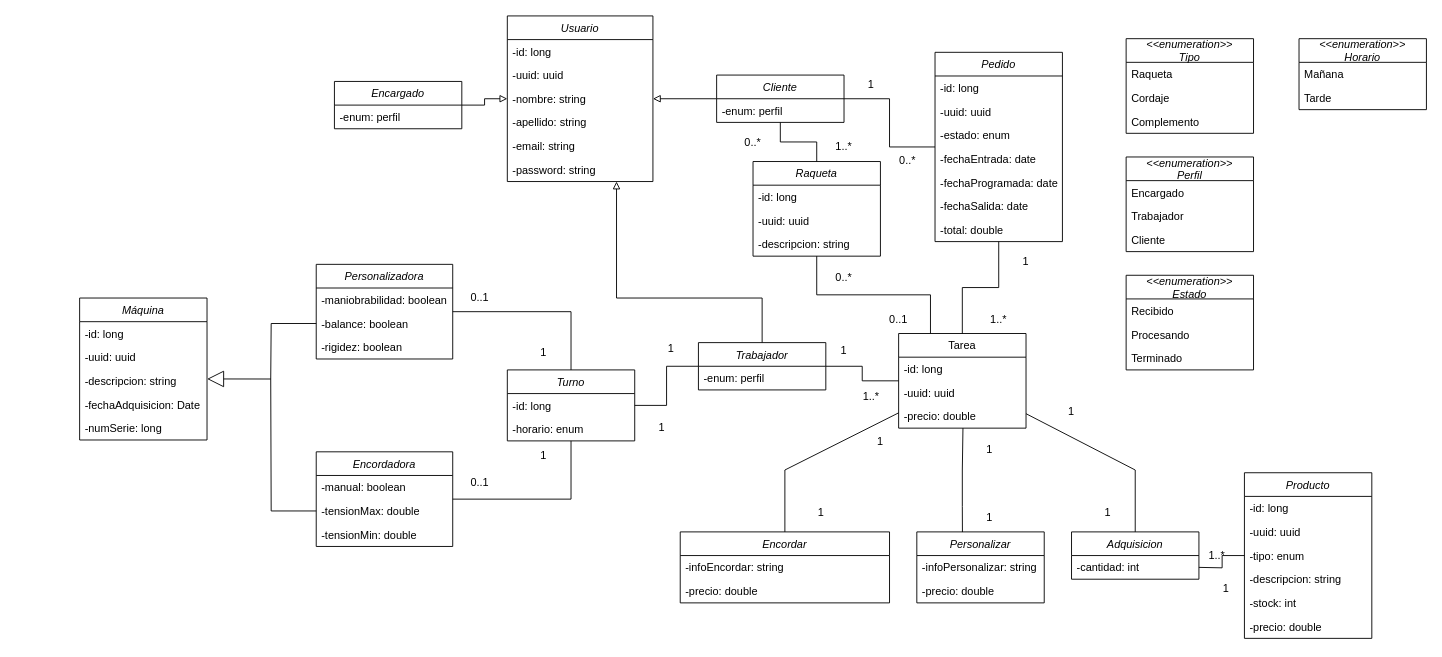
The draw.io diagram image/tennisLab-Reactivo.drawio in Mario999X/tennislab-MongoDB-Reactivo, before the edit. Source tidied: cells renumbered, new cells numbered last; positions are measured from the earlier drawing's top-left corner, leaving out a move shared by most shapes. Both pictures are drawn from the tidied source at 91%, with x=0, y=0 at pixel (79, 15).
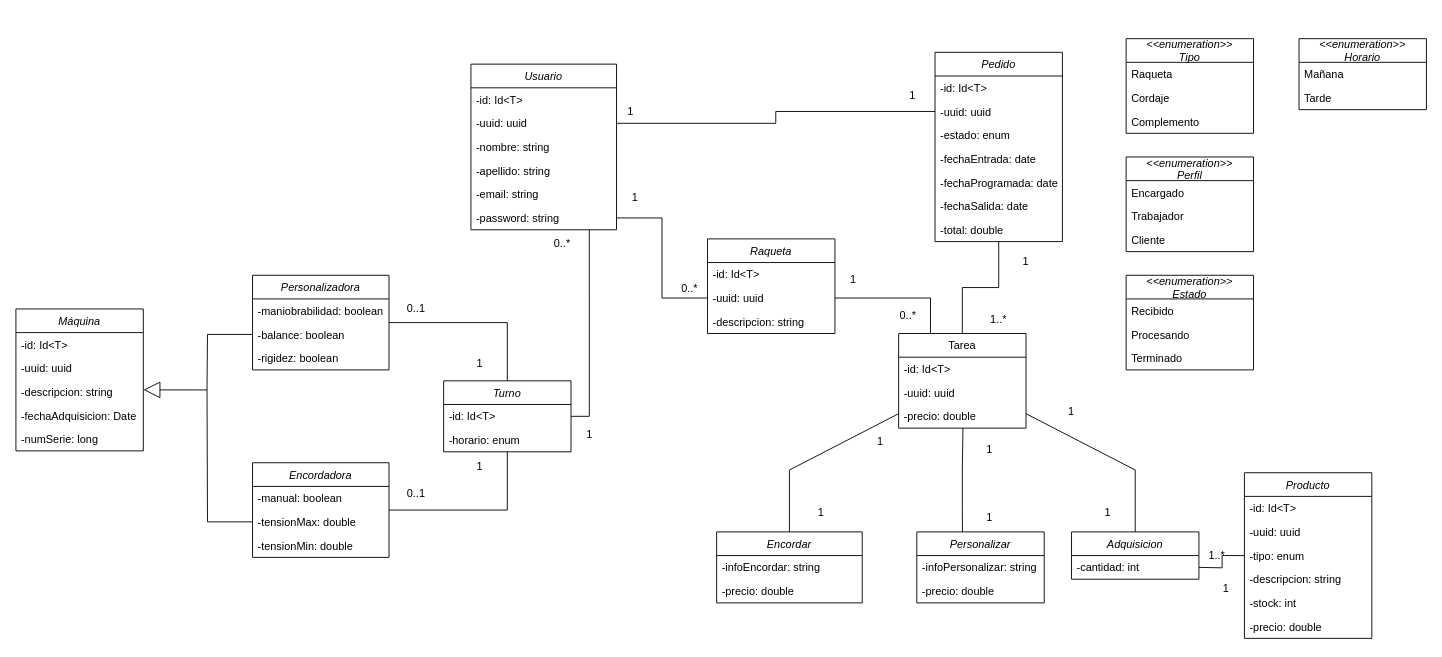
The same diagram, later.

The change refers to these unchanged cells:
```xml
<mxCell id="4" value="-uuid: uuid" style="text;strokeColor=none;fillColor=none;align=left;verticalAlign=top;spacingLeft=4;spacingRight=4;overflow=hidden;points=[[0,0.5],[1,0.5]];portConstraint=eastwest;" parent="2" vertex="1">
  <mxGeometry y="52" width="160" height="26" as="geometry" />
</mxCell>
<mxCell id="8" value="-password: string" style="text;align=left;verticalAlign=top;spacingLeft=4;spacingRight=4;overflow=hidden;points=[[0,0.5],[1,0.5]];portConstraint=eastwest;rounded=0;shadow=0;html=0;" parent="2" vertex="1">
  <mxGeometry y="156" width="160" height="26" as="geometry" />
</mxCell>
<mxCell id="16" value="-descripcion: string" style="text;strokeColor=none;fillColor=none;align=left;verticalAlign=top;spacingLeft=4;spacingRight=4;overflow=hidden;points=[[0,0.5],[1,0.5]];portConstraint=eastwest;" parent="13" vertex="1">
  <mxGeometry y="78" width="140" height="26" as="geometry" />
</mxCell>
<mxCell id="22" value="-tensionMax: double" style="text;strokeColor=none;fillColor=none;align=left;verticalAlign=top;spacingLeft=4;spacingRight=4;overflow=hidden;points=[[0,0.5],[1,0.5]];portConstraint=eastwest;" parent="20" vertex="1">
  <mxGeometry y="52" width="150" height="26" as="geometry" />
</mxCell>
<mxCell id="27" value="-balance: boolean" style="text;strokeColor=none;fillColor=none;align=left;verticalAlign=top;spacingLeft=4;spacingRight=4;overflow=hidden;points=[[0,0.5],[1,0.5]];portConstraint=eastwest;" parent="25" vertex="1">
  <mxGeometry y="52" width="150" height="26" as="geometry" />
</mxCell>
<mxCell id="31" value="Tarea" style="swimlane;fontStyle=0;horizontal=1;startSize=26;fillColor=none;" parent="1" vertex="1">
  <mxGeometry x="900" y="349" width="140" height="104" as="geometry" />
</mxCell>
<mxCell id="35" value="Pedido" style="swimlane;fontStyle=2;horizontal=1;startSize=26;fillColor=none;" parent="1" vertex="1">
  <mxGeometry x="940" y="40" width="140" height="208" as="geometry" />
</mxCell>
<mxCell id="37" value="-uuid: uuid" style="text;strokeColor=none;fillColor=none;align=left;verticalAlign=top;spacingLeft=4;spacingRight=4;overflow=hidden;points=[[0,0.5],[1,0.5]];portConstraint=eastwest;" parent="35" vertex="1">
  <mxGeometry y="52" width="140" height="26" as="geometry" />
</mxCell>
<mxCell id="47" value="Producto" style="swimlane;fontStyle=2;horizontal=1;startSize=26;fillColor=none;" parent="1" vertex="1">
  <mxGeometry x="1280" y="502" width="140" height="182" as="geometry" />
</mxCell>
<mxCell id="95" value="-uuid: uuid" style="text;strokeColor=none;fillColor=none;align=left;verticalAlign=top;spacingLeft=4;spacingRight=4;overflow=hidden;points=[[0,0.5],[1,0.5]];portConstraint=eastwest;" parent="93" vertex="1">
  <mxGeometry y="52" width="140" height="26" as="geometry" />
</mxCell>
```

Diff of the diagram source:
```diff
@@
     <mxCell id="2" value="Usuario" style="swimlane;fontStyle=2;align=center;verticalAlign=top;horizontal=1;startSize=26;rounded=0;shadow=0;strokeWidth=1;" parent="1" vertex="1">
-      <mxGeometry x="470" width="160" height="182" as="geometry" />
+      <mxGeometry x="430" y="53" width="160" height="182" as="geometry" />
     </mxCell>
-    <mxCell id="3" value="-id: long" style="text;strokeColor=none;fillColor=none;align=left;verticalAlign=top;spacingLeft=4;spacingRight=4;overflow=hidden;" parent="2" vertex="1">
+    <mxCell id="3" value="-id: Id&lt;T&gt;" style="text;strokeColor=none;fillColor=none;align=left;verticalAlign=top;spacingLeft=4;spacingRight=4;overflow=hidden;" parent="2" vertex="1">
       <mxGeometry y="26" width="160" height="26" as="geometry" />
     </mxCell>
@@
     <mxCell id="13" value="Máquina" style="swimlane;fontStyle=2;horizontal=1;startSize=26;fillColor=none;" parent="1" vertex="1">
-      <mxGeometry y="310" width="140" height="156" as="geometry" />
+      <mxGeometry x="-70" y="322" width="140" height="156" as="geometry" />
     </mxCell>
-    <mxCell id="14" value="-id: long" style="text;strokeColor=none;fillColor=none;align=left;verticalAlign=top;spacingLeft=4;spacingRight=4;overflow=hidden;" parent="13" vertex="1">
+    <mxCell id="14" value="-id: Id&lt;T&gt;" style="text;strokeColor=none;fillColor=none;align=left;verticalAlign=top;spacingLeft=4;spacingRight=4;overflow=hidden;" parent="13" vertex="1">
       <mxGeometry y="26" width="140" height="26" as="geometry" />
     </mxCell>
@@
     <mxCell id="20" value="Encordadora" style="swimlane;fontStyle=2;horizontal=1;startSize=26;fillColor=none;" parent="1" vertex="1">
-      <mxGeometry x="260" y="479" width="150" height="104" as="geometry" />
+      <mxGeometry x="190" y="491" width="150" height="104" as="geometry" />
     </mxCell>
@@
     <mxCell id="25" value="Personalizadora" style="swimlane;fontStyle=2;horizontal=1;startSize=26;fillColor=none;" parent="1" vertex="1">
-      <mxGeometry x="260" y="273" width="150" height="104" as="geometry" />
+      <mxGeometry x="190" y="285" width="150" height="104" as="geometry" />
     </mxCell>
@@
-    <mxCell id="30" style="edgeStyle=orthogonalEdgeStyle;rounded=0;jettySize=auto;html=1;exitX=0.25;exitY=0;exitDx=0;exitDy=0;endArrow=none;endFill=0;" parent="1" edge="1" source="31" target="93">
-      <mxGeometry relative="1" as="geometry" />
-    </mxCell>
@@
-    <mxCell id="32" value="-id: long" style="text;strokeColor=none;fillColor=none;align=left;verticalAlign=top;spacingLeft=4;spacingRight=4;overflow=hidden;" parent="31" vertex="1">
+    <mxCell id="32" value="-id: Id&lt;T&gt;" style="text;strokeColor=none;fillColor=none;align=left;verticalAlign=top;spacingLeft=4;spacingRight=4;overflow=hidden;" parent="31" vertex="1">
       <mxGeometry y="26" width="140" height="26" as="geometry" />
     </mxCell>
@@
-    <mxCell id="36" value="-id: long" style="text;strokeColor=none;fillColor=none;align=left;verticalAlign=top;spacingLeft=4;spacingRight=4;overflow=hidden;" parent="35" vertex="1">
+    <mxCell id="36" value="-id: Id&lt;T&gt;" style="text;strokeColor=none;fillColor=none;align=left;verticalAlign=top;spacingLeft=4;spacingRight=4;overflow=hidden;" parent="35" vertex="1">
       <mxGeometry y="26" width="140" height="26" as="geometry" />
     </mxCell>
@@
-    <mxCell id="48" value="-id: long" style="text;strokeColor=none;fillColor=none;align=left;verticalAlign=top;spacingLeft=4;spacingRight=4;overflow=hidden;" parent="47" vertex="1">
+    <mxCell id="48" value="-id: Id&lt;T&gt;" style="text;strokeColor=none;fillColor=none;align=left;verticalAlign=top;spacingLeft=4;spacingRight=4;overflow=hidden;" parent="47" vertex="1">
       <mxGeometry y="26" width="140" height="26" as="geometry" />
     </mxCell>
@@
     <mxCell id="58" style="edgeStyle=none;rounded=0;jettySize=auto;html=1;exitX=0.5;exitY=0;exitDx=0;exitDy=0;startArrow=none;startFill=0;endArrow=none;endFill=0;endSize=10;" parent="1" edge="1" source="59" target="31">
       <mxGeometry relative="1" as="geometry">
         <Array as="points">
-          <mxPoint x="775" y="499" />
+          <mxPoint x="780" y="499" />
         </Array>
       </mxGeometry>
     </mxCell>
     <mxCell id="59" value="Encordar" style="swimlane;fontStyle=2;horizontal=1;startSize=26;fillColor=none;" parent="1" vertex="1">
-      <mxGeometry x="660" y="567" width="230" height="78" as="geometry" />
+      <mxGeometry x="700" y="567" width="160" height="78" as="geometry" />
     </mxCell>
     <mxCell id="60" value="-infoEncordar: string" style="text;strokeColor=none;fillColor=none;align=left;verticalAlign=top;spacingLeft=4;spacingRight=4;overflow=hidden;" parent="59" vertex="1">
-      <mxGeometry y="26" width="230" height="26" as="geometry" />
+      <mxGeometry y="26" width="160" height="26" as="geometry" />
     </mxCell>
     <mxCell id="61" value="-precio: double" style="text;strokeColor=none;fillColor=none;align=left;verticalAlign=top;spacingLeft=4;spacingRight=4;overflow=hidden;" parent="59" vertex="1">
-      <mxGeometry y="52" width="230" height="26" as="geometry" />
+      <mxGeometry y="52" width="160" height="26" as="geometry" />
     </mxCell>
@@
-    <mxCell id="70" style="edgeStyle=orthogonalEdgeStyle;rounded=0;jettySize=auto;html=1;endArrow=none;endFill=0;" parent="1" edge="1" source="71" target="84">
-      <mxGeometry relative="1" as="geometry" />
-    </mxCell>
     <mxCell id="71" value="Turno" style="swimlane;fontStyle=2;horizontal=1;startSize=26;fillColor=none;" parent="1" vertex="1">
-      <mxGeometry x="470" y="389" width="140" height="78" as="geometry" />
+      <mxGeometry x="400" y="401" width="140" height="78" as="geometry" />
     </mxCell>
-    <mxCell id="72" value="-id: long&#10;" style="text;strokeColor=none;fillColor=none;align=left;verticalAlign=top;spacingLeft=4;spacingRight=4;overflow=hidden;points=[[0,0.5],[1,0.5]];portConstraint=eastwest;" parent="71" vertex="1">
+    <mxCell id="72" value="-id: Id&lt;T&gt;" style="text;strokeColor=none;fillColor=none;align=left;verticalAlign=top;spacingLeft=4;spacingRight=4;overflow=hidden;points=[[0,0.5],[1,0.5]];portConstraint=eastwest;" parent="71" vertex="1">
       <mxGeometry y="26" width="140" height="26" as="geometry" />
     </mxCell>
@@
-    <mxCell id="78" style="edgeStyle=orthogonalEdgeStyle;rounded=0;jettySize=auto;html=1;endArrow=none;endFill=0;" parent="1" edge="1" source="80" target="35">
-      <mxGeometry relative="1" as="geometry" />
-    </mxCell>
-    <mxCell id="79" style="edgeStyle=orthogonalEdgeStyle;rounded=0;jettySize=auto;html=1;endArrow=block;endFill=0;" parent="1" edge="1" source="80" target="2">
-      <mxGeometry relative="1" as="geometry" />
-    </mxCell>
-    <mxCell id="80" value="Cliente" style="swimlane;fontStyle=2;horizontal=1;startSize=26;fillColor=none;" parent="1" vertex="1">
-      <mxGeometry x="700" y="65" width="140" height="52" as="geometry" />
-    </mxCell>
-    <mxCell id="81" value="-enum: perfil" style="text;strokeColor=none;fillColor=none;align=left;verticalAlign=top;spacingLeft=4;spacingRight=4;overflow=hidden;" parent="80" vertex="1">
-      <mxGeometry y="26" width="140" height="26" as="geometry" />
-    </mxCell>
-    <mxCell id="82" style="edgeStyle=orthogonalEdgeStyle;rounded=0;jettySize=auto;html=1;endArrow=none;endFill=0;" parent="1" edge="1" source="84" target="31">
-      <mxGeometry relative="1" as="geometry" />
-    </mxCell>
-    <mxCell id="83" style="edgeStyle=orthogonalEdgeStyle;rounded=0;jettySize=auto;html=1;endArrow=block;endFill=0;" parent="1" edge="1" source="84" target="2">
-      <mxGeometry relative="1" as="geometry">
-        <Array as="points">
-          <mxPoint x="750" y="310" />
-          <mxPoint x="590" y="310" />
-        </Array>
-      </mxGeometry>
-    </mxCell>
-    <mxCell id="84" value="Trabajador" style="swimlane;fontStyle=2;horizontal=1;startSize=26;fillColor=none;" parent="1" vertex="1">
-      <mxGeometry x="680" y="359" width="140" height="52" as="geometry" />
-    </mxCell>
-    <mxCell id="85" value="-enum: perfil" style="text;strokeColor=none;fillColor=none;align=left;verticalAlign=top;spacingLeft=4;spacingRight=4;overflow=hidden;" parent="84" vertex="1">
-      <mxGeometry y="26" width="140" height="26" as="geometry" />
-    </mxCell>
-    <mxCell id="86" style="edgeStyle=orthogonalEdgeStyle;rounded=0;jettySize=auto;html=1;endArrow=block;endFill=0;" parent="1" edge="1" source="87" target="2">
-      <mxGeometry relative="1" as="geometry" />
-    </mxCell>
-    <mxCell id="87" value="Encargado" style="swimlane;fontStyle=2;horizontal=1;startSize=26;fillColor=none;" parent="1" vertex="1">
-      <mxGeometry x="280" y="72" width="140" height="52" as="geometry" />
-    </mxCell>
-    <mxCell id="88" value="-enum: perfil" style="text;strokeColor=none;fillColor=none;align=left;verticalAlign=top;spacingLeft=4;spacingRight=4;overflow=hidden;" parent="87" vertex="1">
-      <mxGeometry y="26" width="140" height="26" as="geometry" />
-    </mxCell>
     <mxCell id="89" style="endArrow=block;endSize=16;endFill=0;html=1;rounded=0;entryX=1.001;entryY=0.42;entryDx=0;entryDy=0;entryPerimeter=0;" parent="1" edge="1" target="16">
       <mxGeometry relative="1" as="geometry">
-        <mxPoint x="210" y="399" as="sourcePoint" />
+        <mxPoint x="140" y="411" as="sourcePoint" />
       </mxGeometry>
     </mxCell>
     <mxCell id="90" style="edgeStyle=orthogonalEdgeStyle;rounded=0;jettySize=auto;html=1;exitX=0;exitY=0.5;exitDx=0;exitDy=0;endArrow=none;endFill=0;" parent="1" edge="1" source="27">
       <mxGeometry relative="1" as="geometry">
-        <mxPoint x="210" y="399" as="targetPoint" />
+        <mxPoint x="140" y="411" as="targetPoint" />
       </mxGeometry>
     </mxCell>
     <mxCell id="91" style="edgeStyle=orthogonalEdgeStyle;rounded=0;jettySize=auto;html=1;exitX=0;exitY=0.5;exitDx=0;exitDy=0;endArrow=none;endFill=0;" parent="1" edge="1" source="22">
       <mxGeometry relative="1" as="geometry">
-        <mxPoint x="210" y="399" as="targetPoint" />
+        <mxPoint x="140" y="411" as="targetPoint" />
       </mxGeometry>
     </mxCell>
-    <mxCell id="92" style="edgeStyle=orthogonalEdgeStyle;rounded=0;jettySize=auto;html=1;exitX=0.5;exitY=0;exitDx=0;exitDy=0;endArrow=none;endFill=0;" parent="1" edge="1" source="93" target="80">
-      <mxGeometry relative="1" as="geometry" />
-    </mxCell>
     <mxCell id="93" value="Raqueta" style="swimlane;fontStyle=2;horizontal=1;startSize=26;fillColor=none;" parent="1" vertex="1">
-      <mxGeometry x="740" y="160" width="140" height="104" as="geometry" />
+      <mxGeometry x="690" y="245" width="140" height="104" as="geometry" />
     </mxCell>
-    <mxCell id="94" value="-id: long" style="text;strokeColor=none;fillColor=none;align=left;verticalAlign=top;spacingLeft=4;spacingRight=4;overflow=hidden;" parent="93" vertex="1">
+    <mxCell id="94" value="-id: Id&lt;T&gt;" style="text;strokeColor=none;fillColor=none;align=left;verticalAlign=top;spacingLeft=4;spacingRight=4;overflow=hidden;" parent="93" vertex="1">
       <mxGeometry y="26" width="140" height="26" as="geometry" />
     </mxCell>
@@
     <mxCell id="97" value="0..1" style="text;html=1;strokeColor=none;fillColor=none;align=center;verticalAlign=middle;whiteSpace=wrap;rounded=0;" parent="1" vertex="1">
-      <mxGeometry x="410" y="295" width="60" height="30" as="geometry" />
+      <mxGeometry x="340" y="307" width="60" height="30" as="geometry" />
     </mxCell>
     <mxCell id="98" value="0..1" style="text;html=1;strokeColor=none;fillColor=none;align=center;verticalAlign=middle;whiteSpace=wrap;rounded=0;" parent="1" vertex="1">
-      <mxGeometry x="410" y="498" width="60" height="30" as="geometry" />
+      <mxGeometry x="340" y="510" width="60" height="30" as="geometry" />
     </mxCell>
     <mxCell id="99" value="1" style="text;html=1;strokeColor=none;fillColor=none;align=center;verticalAlign=middle;whiteSpace=wrap;rounded=0;" parent="1" vertex="1">
-      <mxGeometry x="480" y="355" width="60" height="30" as="geometry" />
+      <mxGeometry x="410" y="367" width="60" height="30" as="geometry" />
     </mxCell>
     <mxCell id="100" value="1" style="text;html=1;strokeColor=none;fillColor=none;align=center;verticalAlign=middle;whiteSpace=wrap;rounded=0;" parent="1" vertex="1">
-      <mxGeometry x="480" y="468" width="60" height="30" as="geometry" />
+      <mxGeometry x="410" y="480" width="60" height="30" as="geometry" />
     </mxCell>
-    <mxCell id="101" value="1" style="text;html=1;strokeColor=none;fillColor=none;align=center;verticalAlign=middle;whiteSpace=wrap;rounded=0;" parent="1" vertex="1">
-      <mxGeometry x="610" y="438" width="60" height="30" as="geometry" />
-    </mxCell>
-    <mxCell id="102" value="1" style="text;html=1;strokeColor=none;fillColor=none;align=center;verticalAlign=middle;whiteSpace=wrap;rounded=0;" parent="1" vertex="1">
-      <mxGeometry x="620" y="351" width="60" height="30" as="geometry" />
-    </mxCell>
-    <mxCell id="103" value="0..*" style="text;html=1;strokeColor=none;fillColor=none;align=center;verticalAlign=middle;whiteSpace=wrap;rounded=0;" parent="1" vertex="1">
-      <mxGeometry x="710" y="124" width="60" height="30" as="geometry" />
-    </mxCell>
-    <mxCell id="104" value="1..*" style="text;html=1;strokeColor=none;fillColor=none;align=center;verticalAlign=middle;whiteSpace=wrap;rounded=0;" parent="1" vertex="1">
-      <mxGeometry x="810" y="129" width="60" height="30" as="geometry" />
-    </mxCell>
-    <mxCell id="105" value="0..*" style="text;html=1;strokeColor=none;fillColor=none;align=center;verticalAlign=middle;whiteSpace=wrap;rounded=0;" parent="1" vertex="1">
-      <mxGeometry x="810" y="273" width="60" height="30" as="geometry" />
-    </mxCell>
-    <mxCell id="106" value="0..1" style="text;html=1;strokeColor=none;fillColor=none;align=center;verticalAlign=middle;whiteSpace=wrap;rounded=0;" parent="1" vertex="1">
-      <mxGeometry x="870" y="319" width="60" height="30" as="geometry" />
-    </mxCell>
-    <mxCell id="107" value="1" style="text;html=1;strokeColor=none;fillColor=none;align=center;verticalAlign=middle;whiteSpace=wrap;rounded=0;" parent="1" vertex="1">
-      <mxGeometry x="840" y="61" width="60" height="30" as="geometry" />
-    </mxCell>
-    <mxCell id="108" value="0..*" style="text;html=1;strokeColor=none;fillColor=none;align=center;verticalAlign=middle;whiteSpace=wrap;rounded=0;" parent="1" vertex="1">
-      <mxGeometry x="880" y="144" width="60" height="30" as="geometry" />
-    </mxCell>
@@
-    <mxCell id="111" value="1" style="text;html=1;strokeColor=none;fillColor=none;align=center;verticalAlign=middle;whiteSpace=wrap;rounded=0;" parent="1" vertex="1">
-      <mxGeometry x="815" y="359" width="50" height="18" as="geometry" />
-    </mxCell>
-    <mxCell id="112" value="1..*" style="text;html=1;strokeColor=none;fillColor=none;align=center;verticalAlign=middle;whiteSpace=wrap;rounded=0;" parent="1" vertex="1">
-      <mxGeometry x="845" y="410" width="50" height="18" as="geometry" />
-    </mxCell>
@@
+    <mxCell id="121" style="edgeStyle=orthogonalEdgeStyle;rounded=0;jettySize=auto;html=1;exitX=1;exitY=0.5;exitDx=0;exitDy=0;entryX=0.25;entryY=0;entryDx=0;entryDy=0;endArrow=none;endFill=0;" parent="1" edge="1" source="95" target="31">
+      <mxGeometry relative="1" as="geometry" />
+    </mxCell>
+    <mxCell id="122" style="edgeStyle=orthogonalEdgeStyle;rounded=0;jettySize=auto;html=1;exitX=0;exitY=0.5;exitDx=0;exitDy=0;entryX=1;entryY=0.5;entryDx=0;entryDy=0;endArrow=none;endFill=0;" parent="1" edge="1" source="95" target="8">
+      <mxGeometry relative="1" as="geometry" />
+    </mxCell>
+    <mxCell id="123" style="edgeStyle=orthogonalEdgeStyle;rounded=0;jettySize=auto;html=1;exitX=0;exitY=0.5;exitDx=0;exitDy=0;entryX=1;entryY=0.5;entryDx=0;entryDy=0;endArrow=none;endFill=0;" parent="1" edge="1" source="37" target="4">
+      <mxGeometry relative="1" as="geometry" />
+    </mxCell>
+    <mxCell id="124" style="edgeStyle=orthogonalEdgeStyle;rounded=0;jettySize=auto;html=1;exitX=1;exitY=0.5;exitDx=0;exitDy=0;entryX=0.813;entryY=1;entryDx=0;entryDy=0;entryPerimeter=0;endArrow=none;endFill=0;" parent="1" edge="1" source="72" target="8">
+      <mxGeometry relative="1" as="geometry" />
+    </mxCell>
+    <mxCell id="125" value="1" style="text;html=1;align=center;verticalAlign=middle;strokeColor=none;fillColor=none;" parent="1" vertex="1">
+      <mxGeometry x="900" y="73" width="30" height="30" as="geometry" />
+    </mxCell>
+    <mxCell id="126" value="1" style="text;html=1;align=center;verticalAlign=middle;strokeColor=none;fillColor=none;" parent="1" vertex="1">
+      <mxGeometry x="590" y="90" width="30" height="30" as="geometry" />
+    </mxCell>
+    <mxCell id="127" value="0..*" style="text;html=1;align=center;verticalAlign=middle;strokeColor=none;fillColor=none;" parent="1" vertex="1">
+      <mxGeometry x="650" y="285" width="40" height="30" as="geometry" />
+    </mxCell>
+    <mxCell id="128" value="1" style="text;html=1;align=center;verticalAlign=middle;strokeColor=none;fillColor=none;" parent="1" vertex="1">
+      <mxGeometry x="595" y="185" width="30" height="30" as="geometry" />
+    </mxCell>
+    <mxCell id="129" value="1" style="text;html=1;align=center;verticalAlign=middle;strokeColor=none;fillColor=none;" parent="1" vertex="1">
+      <mxGeometry x="545" y="445" width="30" height="30" as="geometry" />
+    </mxCell>
+    <mxCell id="130" value="0..*" style="text;html=1;align=center;verticalAlign=middle;strokeColor=none;fillColor=none;" parent="1" vertex="1">
+      <mxGeometry x="510" y="235" width="40" height="30" as="geometry" />
+    </mxCell>
+    <mxCell id="131" value="0..*" style="text;html=1;align=center;verticalAlign=middle;strokeColor=none;fillColor=none;" parent="1" vertex="1">
+      <mxGeometry x="890" y="315" width="40" height="30" as="geometry" />
+    </mxCell>
+    <mxCell id="132" value="1" style="text;html=1;align=center;verticalAlign=middle;strokeColor=none;fillColor=none;" parent="1" vertex="1">
+      <mxGeometry x="835" y="275" width="30" height="30" as="geometry" />
+    </mxCell>
```
